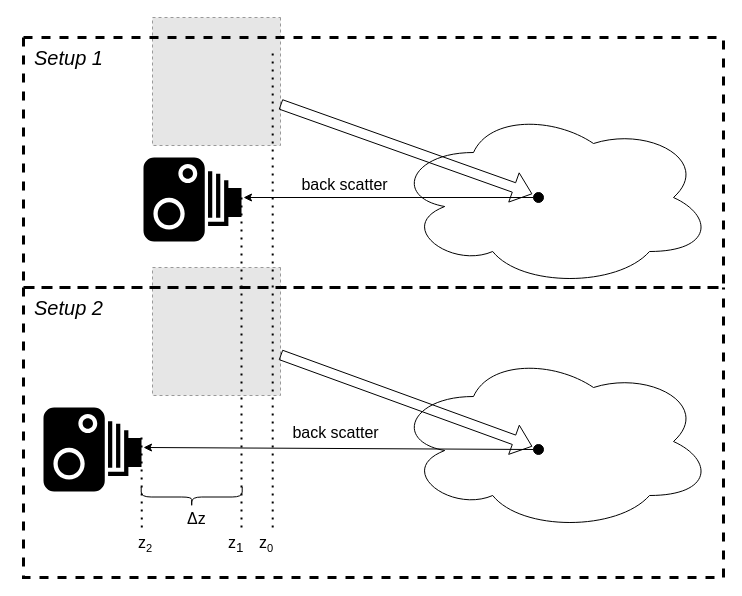
Above: report/beam_attenuation_approach.drawio in itay-mal/water_turbidity_project (draw.io), before the change. Source tidied: cells renumbered, new cells numbered last; positions are measured from the earlier drawing's top-left corner, leaving out a move shared by most shapes. Both pictures are drawn from the tidied source at 100%, with x=0, y=0 at pixel (23, 17). Pictures stored in the file or linked from it are replaced by grey dashed boxes.
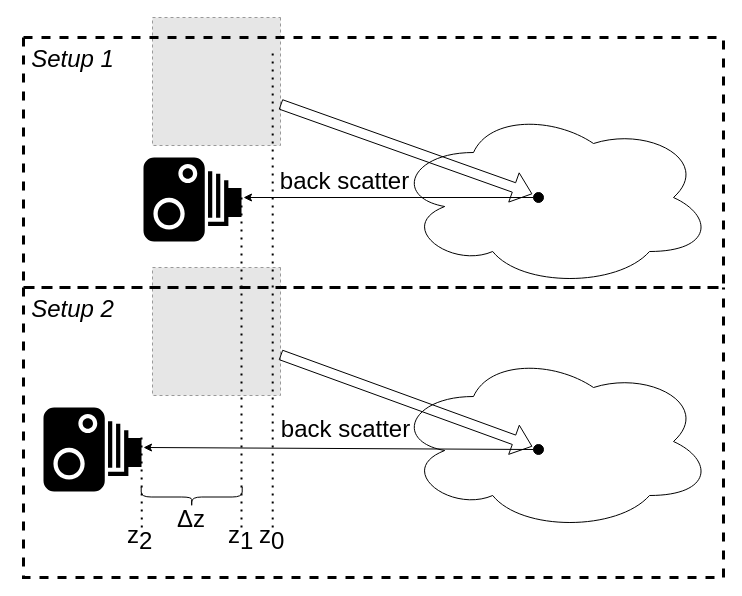
The same page after the edit.

The change refers to these unchanged cells:
```xml
<mxCell id="6" style="endArrow=classic;html=1;rounded=0;exitX=0;exitY=0.5;exitDx=0;exitDy=0;" parent="1" edge="1" source="8">
  <mxGeometry relative="1" as="geometry">
    <mxPoint x="220" y="180" as="targetPoint" />
  </mxGeometry>
</mxCell>
<mxCell id="13" style="endArrow=classic;html=1;rounded=0;exitX=0;exitY=0.5;exitDx=0;exitDy=0;" parent="1" edge="1" source="15">
  <mxGeometry relative="1" as="geometry">
    <mxPoint x="120" y="430" as="targetPoint" />
  </mxGeometry>
</mxCell>
<mxCell id="18" style="swimlane;startSize=0;dashed=1;strokeWidth=3;" parent="1" vertex="1">
  <mxGeometry y="20" width="700" height="250" as="geometry" />
</mxCell>
<mxCell id="20" style="swimlane;startSize=0;dashed=1;strokeWidth=3;" parent="1" vertex="1">
  <mxGeometry y="270" width="700" height="290" as="geometry" />
</mxCell>
```

The edit, as a diff of the source:
```diff
@@
-    <mxCell id="7" value="&lt;font style=&quot;font-size: 16px&quot;&gt;back scatter&lt;/font&gt;" style="edgeLabel;html=1;align=center;verticalAlign=middle;rotation=0;" parent="6" vertex="1">
+    <mxCell id="7" value="&lt;font style=&quot;font-size: 24px;&quot;&gt;back scatter&lt;/font&gt;" style="edgeLabel;html=1;align=center;verticalAlign=middle;rotation=0;fontSize=24;" parent="6" vertex="1">
       <mxGeometry x="0.35" relative="1" as="geometry">
-        <mxPoint x="6" y="-14" as="offset" />
+        <mxPoint x="6" y="-17" as="offset" />
       </mxGeometry>
     </mxCell>
@@
-    <mxCell id="14" value="&lt;font style=&quot;font-size: 16px&quot;&gt;back scatter&lt;/font&gt;" style="edgeLabel;html=1;align=center;verticalAlign=middle;rotation=0;" parent="13" vertex="1">
+    <mxCell id="14" value="&lt;font style=&quot;font-size: 24px;&quot;&gt;back scatter&lt;/font&gt;" style="edgeLabel;html=1;align=center;verticalAlign=middle;rotation=0;fontSize=24;" parent="13" vertex="1">
       <mxGeometry x="0.35" relative="1" as="geometry">
-        <mxPoint x="64" y="-16" as="offset" />
+        <mxPoint x="74" y="-19" as="offset" />
       </mxGeometry>
     </mxCell>
@@
-    <mxCell id="19" value="&lt;span style=&quot;font-size: 20px;&quot;&gt;&lt;i&gt;Setup 1&lt;/i&gt;&lt;/span&gt;" style="text;html=1;align=center;verticalAlign=middle;strokeColor=none;fillColor=none;" parent="18" vertex="1">
-      <mxGeometry width="90" height="40" as="geometry" />
+    <mxCell id="19" value="&lt;span style=&quot;font-size: 24px;&quot;&gt;&lt;i style=&quot;font-size: 24px;&quot;&gt;Setup 1&lt;/i&gt;&lt;/span&gt;" style="text;html=1;align=center;verticalAlign=middle;strokeColor=none;fillColor=none;fontSize=24;" parent="18" vertex="1">
+      <mxGeometry x="-6" y="2" width="110" height="40" as="geometry" />
     </mxCell>
@@
-    <mxCell id="21" value="&lt;span style=&quot;font-size: 20px;&quot;&gt;&lt;i&gt;Setup 2&lt;/i&gt;&lt;/span&gt;" style="text;html=1;align=center;verticalAlign=middle;strokeColor=none;fillColor=none;" parent="20" vertex="1">
-      <mxGeometry width="90" height="40" as="geometry" />
+    <mxCell id="21" value="&lt;span style=&quot;font-size: 24px;&quot;&gt;&lt;i style=&quot;font-size: 24px;&quot;&gt;Setup 2&lt;/i&gt;&lt;/span&gt;" style="text;html=1;align=center;verticalAlign=middle;strokeColor=none;fillColor=none;fontSize=24;" parent="20" vertex="1">
+      <mxGeometry x="-6" y="2" width="110" height="40" as="geometry" />
     </mxCell>
@@
-    <mxCell id="23" value="&lt;p class=&quot;MsoNormal&quot;&gt;&lt;span lang=&quot;EN-US&quot;&gt;&lt;font style=&quot;font-size: 16px&quot;&gt;Δz&lt;/font&gt;&lt;/span&gt;&lt;/p&gt;" style="text;html=1;strokeColor=none;fillColor=none;spacing=5;spacingTop=-20;whiteSpace=wrap;overflow=hidden;rounded=0;labelBackgroundColor=none;" parent="20" vertex="1">
-      <mxGeometry x="158.8" y="219.5" width="31.2" height="20.5" as="geometry" />
+    <mxCell id="23" value="&lt;p class=&quot;MsoNormal&quot; style=&quot;font-size: 24px;&quot;&gt;&lt;span lang=&quot;EN-US&quot; style=&quot;font-size: 24px;&quot;&gt;&lt;font style=&quot;font-size: 24px;&quot;&gt;Δz&lt;/font&gt;&lt;/span&gt;&lt;/p&gt;" style="text;html=1;strokeColor=none;fillColor=none;spacing=5;spacingTop=-20;whiteSpace=wrap;overflow=hidden;rounded=0;labelBackgroundColor=none;fontSize=24;" parent="20" vertex="1">
+      <mxGeometry x="148.8" y="203.5" width="51.2" height="40.5" as="geometry" />
     </mxCell>
-    <mxCell id="24" value="&lt;p class=&quot;MsoNormal&quot;&gt;&lt;span lang=&quot;EN-US&quot;&gt;&lt;font style=&quot;font-size: 16px&quot;&gt;z&lt;sub&gt;1&lt;/sub&gt;&lt;/font&gt;&lt;/span&gt;&lt;/p&gt;" style="text;html=1;strokeColor=none;fillColor=none;spacing=5;spacingTop=-20;whiteSpace=wrap;overflow=hidden;rounded=0;labelBackgroundColor=none;" parent="20" vertex="1">
-      <mxGeometry x="200" y="244" width="31.2" height="20.5" as="geometry" />
+    <mxCell id="24" value="&lt;p class=&quot;MsoNormal&quot; style=&quot;font-size: 24px;&quot;&gt;&lt;span lang=&quot;EN-US&quot; style=&quot;font-size: 24px;&quot;&gt;&lt;font style=&quot;font-size: 24px;&quot;&gt;z&lt;sub style=&quot;font-size: 24px;&quot;&gt;1&lt;/sub&gt;&lt;/font&gt;&lt;/span&gt;&lt;/p&gt;" style="text;html=1;strokeColor=none;fillColor=none;spacing=5;spacingTop=-20;whiteSpace=wrap;overflow=hidden;rounded=0;labelBackgroundColor=none;fontSize=24;" parent="20" vertex="1">
+      <mxGeometry x="200" y="220" width="40" height="46" as="geometry" />
     </mxCell>
-    <mxCell id="25" value="&lt;p class=&quot;MsoNormal&quot;&gt;&lt;span lang=&quot;EN-US&quot;&gt;&lt;font style=&quot;font-size: 16px&quot;&gt;z&lt;/font&gt;&lt;font style=&quot;font-size: 13.3333px;&quot;&gt;&lt;sub&gt;2&lt;/sub&gt;&lt;/font&gt;&lt;/span&gt;&lt;/p&gt;" style="text;html=1;strokeColor=none;fillColor=none;spacing=5;spacingTop=-20;whiteSpace=wrap;overflow=hidden;rounded=0;labelBackgroundColor=none;" parent="20" vertex="1">
-      <mxGeometry x="110" y="244" width="31.2" height="20.5" as="geometry" />
+    <mxCell id="25" value="&lt;p class=&quot;MsoNormal&quot; style=&quot;font-size: 24px;&quot;&gt;&lt;span lang=&quot;EN-US&quot; style=&quot;font-size: 24px;&quot;&gt;&lt;font style=&quot;font-size: 24px;&quot;&gt;z&lt;/font&gt;&lt;font style=&quot;font-size: 24px;&quot;&gt;&lt;sub style=&quot;font-size: 24px;&quot;&gt;2&lt;/sub&gt;&lt;/font&gt;&lt;/span&gt;&lt;/p&gt;" style="text;html=1;strokeColor=none;fillColor=none;spacing=5;spacingTop=-20;whiteSpace=wrap;overflow=hidden;rounded=0;labelBackgroundColor=none;fontSize=24;" parent="20" vertex="1">
+      <mxGeometry x="98.8" y="220" width="50" height="46" as="geometry" />
     </mxCell>
@@
-    <mxCell id="27" value="&lt;p class=&quot;MsoNormal&quot;&gt;&lt;span lang=&quot;EN-US&quot;&gt;&lt;font style=&quot;font-size: 16px&quot;&gt;z&lt;/font&gt;&lt;font style=&quot;font-size: 13.3333px;&quot;&gt;&lt;sub&gt;0&lt;/sub&gt;&lt;/font&gt;&lt;/span&gt;&lt;/p&gt;" style="text;html=1;strokeColor=none;fillColor=none;spacing=5;spacingTop=-20;whiteSpace=wrap;overflow=hidden;rounded=0;labelBackgroundColor=none;" parent="20" vertex="1">
-      <mxGeometry x="231.2" y="244" width="31.2" height="20.5" as="geometry" />
+    <mxCell id="27" value="&lt;p class=&quot;MsoNormal&quot; style=&quot;font-size: 24px;&quot;&gt;&lt;span lang=&quot;EN-US&quot; style=&quot;font-size: 24px;&quot;&gt;&lt;font style=&quot;font-size: 24px;&quot;&gt;z&lt;/font&gt;&lt;font style=&quot;font-size: 24px;&quot;&gt;&lt;sub style=&quot;font-size: 24px;&quot;&gt;0&lt;/sub&gt;&lt;/font&gt;&lt;/span&gt;&lt;/p&gt;" style="text;html=1;strokeColor=none;fillColor=none;spacing=5;spacingTop=-20;whiteSpace=wrap;overflow=hidden;rounded=0;labelBackgroundColor=none;fontSize=24;" parent="20" vertex="1">
+      <mxGeometry x="231.2" y="220" width="48.8" height="46" as="geometry" />
     </mxCell>
```
